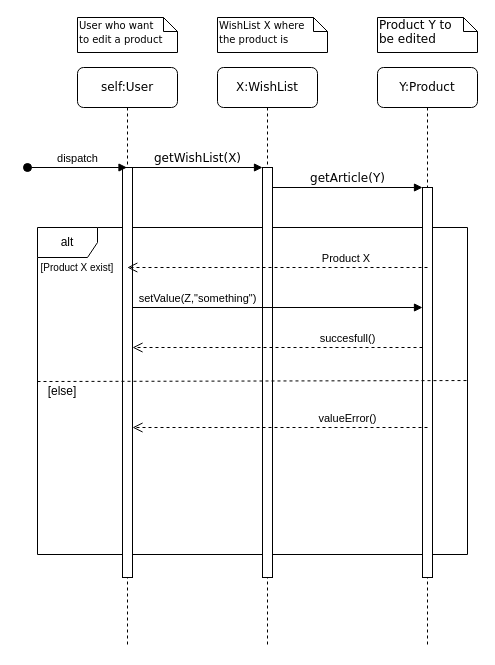
The draw.io diagram Diagrammes/SequenceDiagrams/editArticle.drawio in NNepper/LSINF1225-2020-GroupeL1.1-WishList, before the edit. Source tidied: cells renumbered, new cells numbered last; positions are measured from the earlier drawing's top-left corner, leaving out a move shared by most shapes. Both pictures are drawn from the tidied source at 100%, with x=0, y=0 at pixel (27, 17).
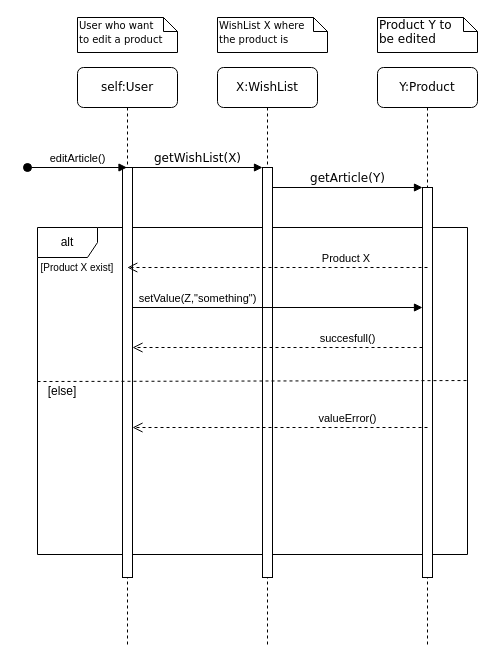
Above is the later version.

Commit message (it also covers changes not shown here):
Changement des dispatch

The change refers to these unchanged cells:
```xml
<mxCell id="7" value="self:User" style="shape=umlLifeline;perimeter=lifelinePerimeter;whiteSpace=wrap;html=1;outlineConnect=0;rounded=1;shadow=0;comic=0;labelBackgroundColor=none;strokeWidth=1;fontFamily=Verdana;fontSize=12;align=center;" parent="1" vertex="1">
  <mxGeometry x="50" y="50" width="100" height="580" as="geometry" />
</mxCell>
```

The edit, as a diff of the source:
```diff
@@
-    <mxCell id="21" value="dispatch" style="html=1;verticalAlign=bottom;startArrow=oval;startFill=1;endArrow=block;startSize=8;" parent="1" edge="1" target="7">
+    <mxCell id="21" value="editArticle()" style="html=1;verticalAlign=bottom;startArrow=oval;startFill=1;endArrow=block;startSize=8;" parent="1" edge="1" target="7">
       <mxGeometry relative="1" as="geometry">
         <mxPoint y="150" as="sourcePoint" />
       </mxGeometry>
     </mxCell>
```
